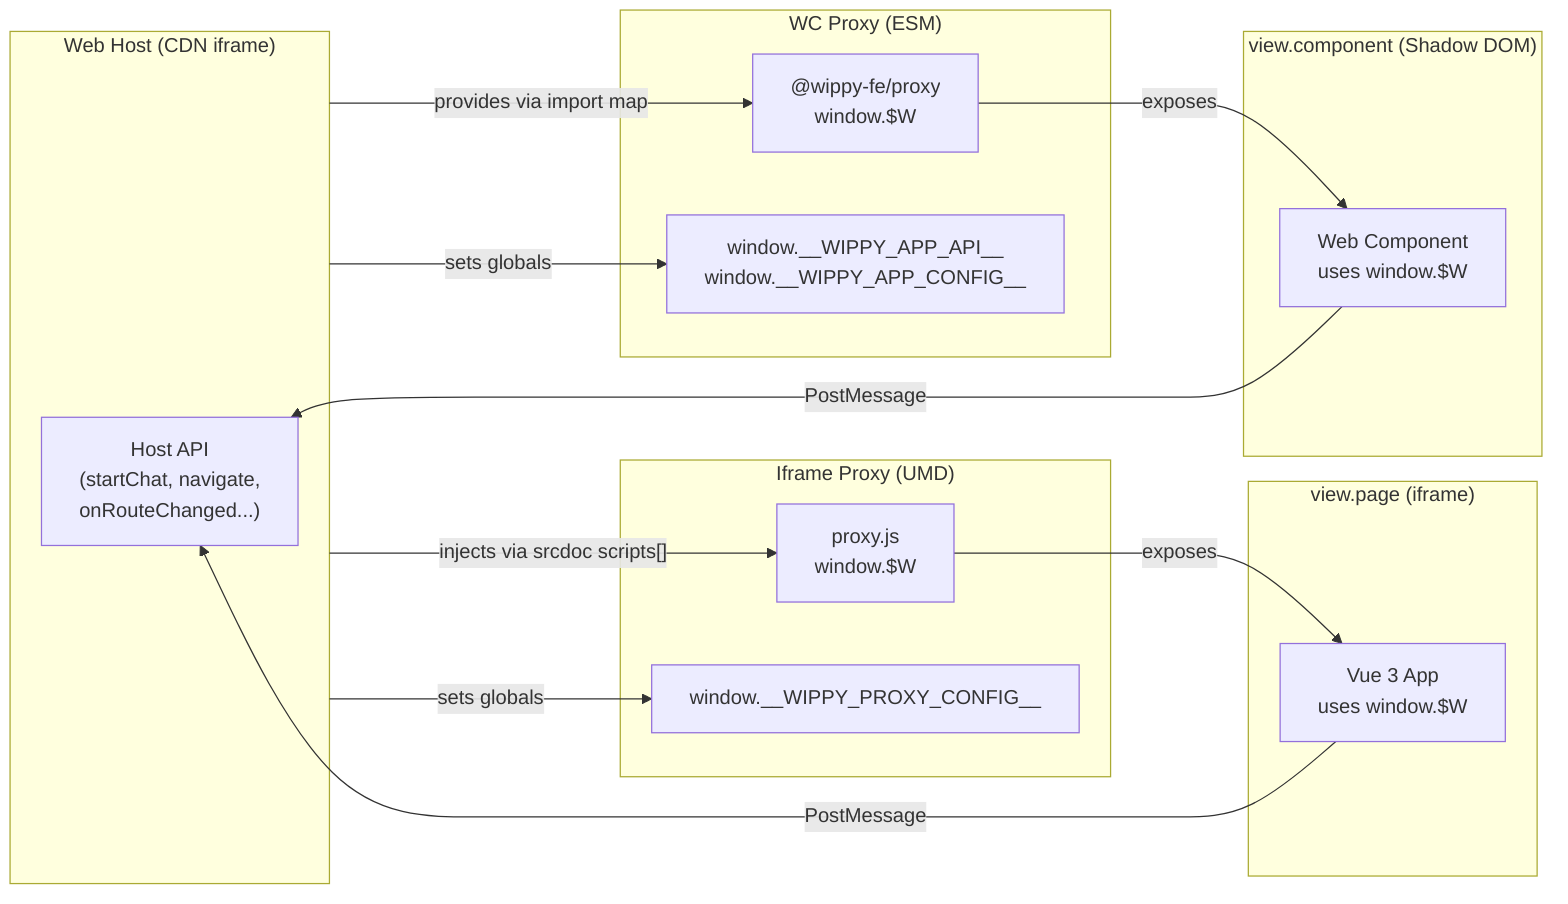
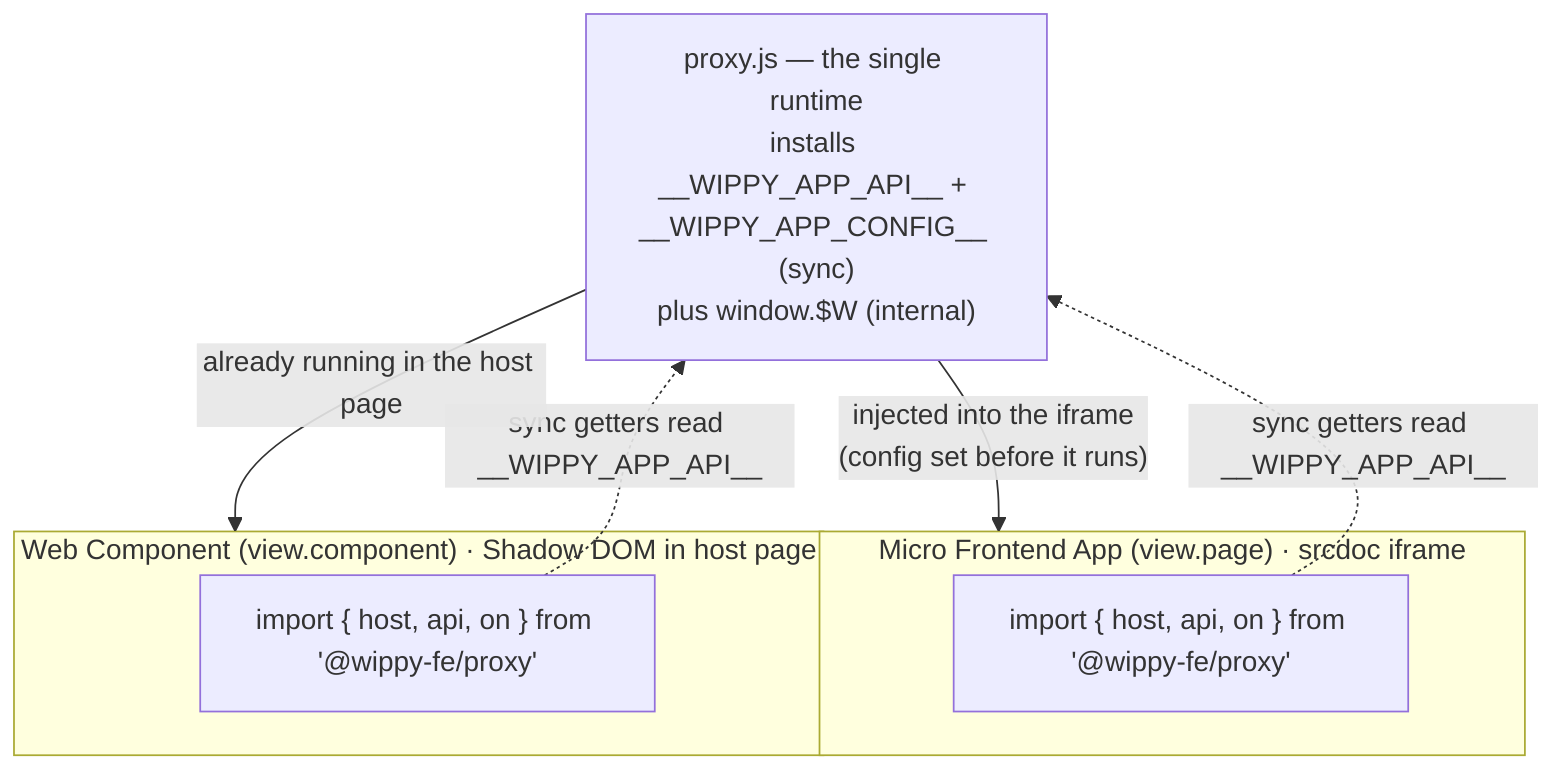
- graph LR
-     subgraph WebHost["Web Host (CDN iframe)"]
-         HostAPI["Host API\n(startChat, navigate,\nonRouteChanged...)"]
+ graph TB
+     Runtime["proxy.js — the single runtime\ninstalls __WIPPY_APP_API__ + __WIPPY_APP_CONFIG__ (sync)\nplus window.$W (internal)"]
+ 
+     subgraph App["Micro Frontend App (view.page) · srcdoc iframe"]
+         A["import { host, api, on } from '@wippy-fe/proxy'"]
    end

-     subgraph IframeProxy["Iframe Proxy (UMD)"]
-         ProxyJS["proxy.js\nwindow.$W"]
-         Config1["window.__WIPPY_PROXY_CONFIG__"]
+     subgraph Comp["Web Component (view.component) · Shadow DOM in host page"]
+         C["import { host, api, on } from '@wippy-fe/proxy'"]
    end

-     subgraph WCProxy["WC Proxy (ESM)"]
-         ProxyESM["@wippy-fe/proxy\nwindow.$W"]
-         Config2["window.__WIPPY_APP_API__\nwindow.__WIPPY_APP_CONFIG__"]
-     end
- 
-     subgraph PageIframe["view.page (iframe)"]
-         PageApp["Vue 3 App\nuses window.$W"]
-     end
- 
-     subgraph WebComp["view.component (Shadow DOM)"]
-         WCApp["Web Component\nuses window.$W"]
-     end
- 
-     WebHost -->|"injects via srcdoc scripts[]"| ProxyJS
-     WebHost -->|"sets globals"| Config1
-     ProxyJS -->|"exposes"| PageApp
- 
-     WebHost -->|"provides via import map"| ProxyESM
-     WebHost -->|"sets globals"| Config2
-     ProxyESM -->|"exposes"| WCApp
- 
-     PageApp -->|"PostMessage"| HostAPI
-     WCApp -->|"PostMessage"| HostAPI
+     Runtime -->|"injected into the iframe\n(config set before it runs)"| App
+     Runtime -->|"already running in the host page"| Comp
+     A -.->|"sync getters read __WIPPY_APP_API__"| Runtime
+     C -.->|"sync getters read __WIPPY_APP_API__"| Runtime
